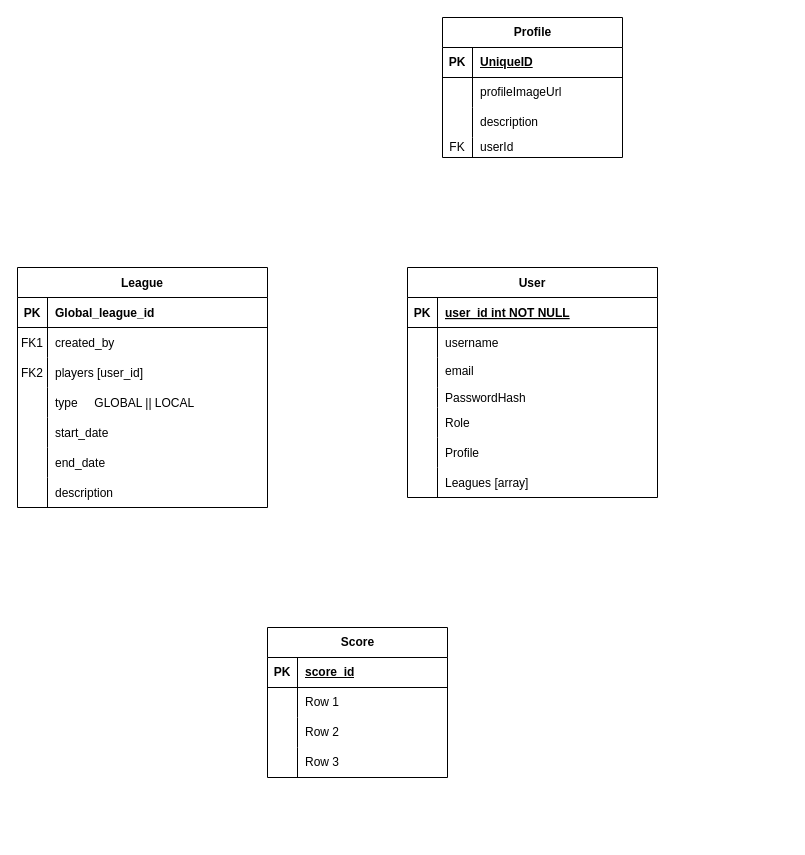
This is Untitled Diagram.drawio from OGester/duels-mvp, a draw.io file, before an edit. Source tidied: cells renumbered, new cells numbered last; positions are measured from the earlier drawing's top-left corner, leaving out a move shared by most shapes. Both pictures are drawn from the tidied source at 100%, with x=0, y=0 at pixel (17, 17).
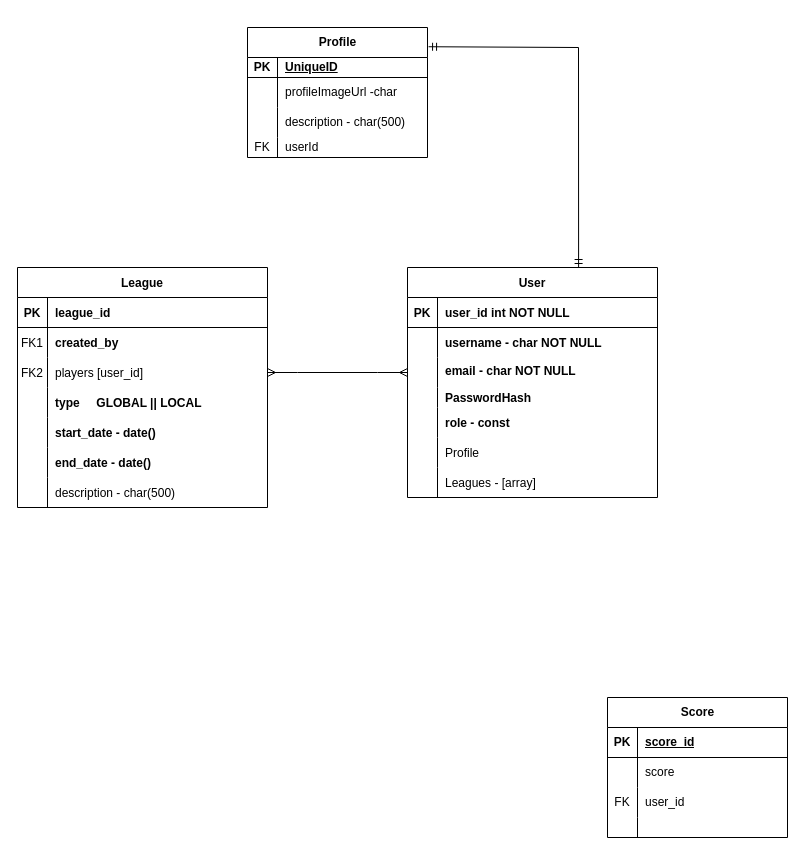
The same page after the edit.

Unchanged cells that the change refers to:
```xml
<mxCell id="3" style="shape=partialRectangle;fillColor=none;top=0;left=0;right=0;bottom=1;" parent="2" vertex="1">
  <mxGeometry y="30" width="250" height="30" as="geometry" />
</mxCell>
<mxCell id="6" style="shape=partialRectangle;fillColor=none;top=0;left=0;right=0;bottom=0;" parent="2" vertex="1">
  <mxGeometry y="60" width="250" height="30" as="geometry" />
</mxCell>
<mxCell id="9" style="shape=partialRectangle;fillColor=none;points=[[0,0.5],[1,0.5]];portConstraint=eastwest;top=0;left=0;right=0;bottom=0;" parent="2" vertex="1">
  <mxGeometry y="90" width="250" height="30" as="geometry" />
</mxCell>
<mxCell id="12" style="shape=tableRow;horizontal=0;startSize=0;swimlaneHead=0;swimlaneBody=0;fillColor=none;top=0;left=0;right=0;bottom=0;" parent="2" vertex="1">
  <mxGeometry y="120" width="250" height="30" as="geometry" />
</mxCell>
<mxCell id="15" style="shape=tableRow;horizontal=0;startSize=0;swimlaneHead=0;swimlaneBody=0;fillColor=none;top=0;left=0;right=0;bottom=0;" parent="2" vertex="1">
  <mxGeometry y="150" width="250" height="30" as="geometry" />
</mxCell>
<mxCell id="18" style="shape=tableRow;horizontal=0;startSize=0;swimlaneHead=0;swimlaneBody=0;fillColor=none;top=0;left=0;right=0;bottom=0;" parent="2" vertex="1">
  <mxGeometry y="180" width="250" height="30" as="geometry" />
</mxCell>
<mxCell id="21" style="shape=tableRow;horizontal=0;startSize=0;swimlaneHead=0;swimlaneBody=0;fillColor=none;top=0;left=0;right=0;bottom=0;" parent="2" vertex="1">
  <mxGeometry y="210" width="250" height="30" as="geometry" />
</mxCell>
<mxCell id="25" style="shape=partialRectangle;fillColor=none;top=0;left=0;right=0;bottom=1;" parent="24" vertex="1">
  <mxGeometry y="30" width="250" height="30" as="geometry" />
</mxCell>
<mxCell id="28" style="shape=partialRectangle;fillColor=none;top=0;left=0;right=0;bottom=0;" parent="24" vertex="1">
  <mxGeometry y="60" width="250" height="30" as="geometry" />
</mxCell>
<mxCell id="31" style="shape=tableRow;horizontal=0;startSize=0;swimlaneHead=0;swimlaneBody=0;fillColor=none;points=[[0,0.5],[1,0.5]];portConstraint=eastwest;top=0;left=0;right=0;bottom=0;" parent="24" vertex="1">
  <mxGeometry y="90" width="250" height="30" as="geometry" />
</mxCell>
<mxCell id="34" style="shape=tableRow;horizontal=0;startSize=0;swimlaneHead=0;swimlaneBody=0;fillColor=none;top=0;left=0;right=0;bottom=0;" parent="24" vertex="1">
  <mxGeometry y="120" width="250" height="20" as="geometry" />
</mxCell>
<mxCell id="37" style="shape=tableRow;horizontal=0;startSize=0;swimlaneHead=0;swimlaneBody=0;fillColor=none;top=0;left=0;right=0;bottom=0;" parent="24" vertex="1">
  <mxGeometry y="140" width="250" height="30" as="geometry" />
</mxCell>
<mxCell id="43" style="shape=tableRow;horizontal=0;startSize=0;swimlaneHead=0;swimlaneBody=0;fillColor=none;top=0;left=0;right=0;bottom=0;" parent="24" vertex="1">
  <mxGeometry y="200" width="250" height="30" as="geometry" />
</mxCell>
<mxCell id="50" style="shape=tableRow;horizontal=0;startSize=0;swimlaneHead=0;swimlaneBody=0;fillColor=none;top=0;left=0;right=0;bottom=0;" parent="46" vertex="1">
  <mxGeometry y="60" width="180" height="30" as="geometry" />
</mxCell>
<mxCell id="53" style="shape=tableRow;horizontal=0;startSize=0;swimlaneHead=0;swimlaneBody=0;fillColor=none;top=0;left=0;right=0;bottom=0;" parent="46" vertex="1">
  <mxGeometry y="90" width="180" height="30" as="geometry" />
</mxCell>
```

What changed in the source:
```diff
@@
-    <mxCell id="5" value="Global_league_id" style="shape=partialRectangle;overflow=hidden;fillColor=none;top=0;left=0;bottom=0;right=0;align=left;spacingLeft=6;fontStyle=1;" parent="3" vertex="1">
+    <mxCell id="5" value="league_id" style="shape=partialRectangle;overflow=hidden;fillColor=none;top=0;left=0;bottom=0;right=0;align=left;spacingLeft=6;fontStyle=1;" parent="3" vertex="1">
       <mxGeometry x="30" width="220" height="30" as="geometry" />
     </mxCell>
@@
-    <mxCell id="8" value="created_by" style="shape=partialRectangle;overflow=hidden;fillColor=none;top=0;left=0;bottom=0;right=0;align=left;spacingLeft=6;" parent="6" vertex="1">
+    <mxCell id="8" value="created_by" style="shape=partialRectangle;overflow=hidden;fillColor=none;top=0;left=0;bottom=0;right=0;align=left;spacingLeft=6;fontStyle=1;" parent="6" vertex="1">
       <mxGeometry x="30" width="220" height="30" as="geometry" />
     </mxCell>
@@
-    <mxCell id="14" value="type     GLOBAL || LOCAL" style="shape=partialRectangle;fillColor=none;top=0;left=0;bottom=0;right=0;align=left;spacingLeft=6;overflow=hidden;" parent="12" vertex="1">
+    <mxCell id="14" value="type     GLOBAL || LOCAL" style="shape=partialRectangle;fillColor=none;top=0;left=0;bottom=0;right=0;align=left;spacingLeft=6;overflow=hidden;fontStyle=1;" parent="12" vertex="1">
       <mxGeometry x="30" width="220" height="30" as="geometry" />
     </mxCell>
@@
-    <mxCell id="17" value="start_date" style="shape=partialRectangle;fillColor=none;top=0;left=0;bottom=0;right=0;align=left;spacingLeft=6;overflow=hidden;" parent="15" vertex="1">
+    <mxCell id="17" value="start_date - date() " style="shape=partialRectangle;fillColor=none;top=0;left=0;bottom=0;right=0;align=left;spacingLeft=6;overflow=hidden;fontStyle=1;" parent="15" vertex="1">
       <mxGeometry x="30" width="220" height="30" as="geometry" />
     </mxCell>
@@
-    <mxCell id="20" value="end_date" style="shape=partialRectangle;fillColor=none;top=0;left=0;bottom=0;right=0;align=left;spacingLeft=6;overflow=hidden;" parent="18" vertex="1">
+    <mxCell id="20" value="end_date - date()" style="shape=partialRectangle;fillColor=none;top=0;left=0;bottom=0;right=0;align=left;spacingLeft=6;overflow=hidden;fontStyle=1;" parent="18" vertex="1">
       <mxGeometry x="30" width="220" height="30" as="geometry" />
     </mxCell>
@@
-    <mxCell id="23" value="description" style="shape=partialRectangle;fillColor=none;top=0;left=0;bottom=0;right=0;align=left;spacingLeft=6;overflow=hidden;" parent="21" vertex="1">
+    <mxCell id="23" value="description - char(500)" style="shape=partialRectangle;fillColor=none;top=0;left=0;bottom=0;right=0;align=left;spacingLeft=6;overflow=hidden;" parent="21" vertex="1">
       <mxGeometry x="30" width="220" height="30" as="geometry" />
     </mxCell>
@@
-    <mxCell id="27" value="user_id int NOT NULL " style="shape=partialRectangle;overflow=hidden;fillColor=none;top=0;left=0;bottom=0;right=0;align=left;spacingLeft=6;fontStyle=5;" parent="25" vertex="1">
+    <mxCell id="27" value="user_id int NOT NULL " style="shape=partialRectangle;overflow=hidden;fillColor=none;top=0;left=0;bottom=0;right=0;align=left;spacingLeft=6;fontStyle=1;" parent="25" vertex="1">
       <mxGeometry x="30" width="220" height="30" as="geometry" />
     </mxCell>
@@
-    <mxCell id="30" value="username" style="shape=partialRectangle;overflow=hidden;fillColor=none;top=0;left=0;bottom=0;right=0;align=left;spacingLeft=6;" parent="28" vertex="1">
+    <mxCell id="30" value="username - char NOT NULL" style="shape=partialRectangle;overflow=hidden;fillColor=none;top=0;left=0;bottom=0;right=0;align=left;spacingLeft=6;fontStyle=1;" parent="28" vertex="1">
       <mxGeometry x="30" width="220" height="30" as="geometry" />
     </mxCell>
@@
-    <mxCell id="33" value="email" style="shape=partialRectangle;fillColor=none;top=0;left=0;bottom=0;right=0;align=left;spacingLeft=6;overflow=hidden;verticalAlign=top;" parent="31" vertex="1">
+    <mxCell id="33" value="email - char NOT NULL" style="shape=partialRectangle;fillColor=none;top=0;left=0;bottom=0;right=0;align=left;spacingLeft=6;overflow=hidden;verticalAlign=top;fontStyle=1;" parent="31" vertex="1">
       <mxGeometry x="30" width="220" height="30" as="geometry" />
     </mxCell>
@@
-    <mxCell id="36" value="PasswordHash" style="shape=partialRectangle;fillColor=none;top=0;left=0;bottom=0;right=0;align=left;spacingLeft=6;overflow=hidden;" parent="34" vertex="1">
+    <mxCell id="36" value="PasswordHash" style="shape=partialRectangle;fillColor=none;top=0;left=0;bottom=0;right=0;align=left;spacingLeft=6;overflow=hidden;fontStyle=1;" parent="34" vertex="1">
       <mxGeometry x="30" width="220" height="20" as="geometry" />
     </mxCell>
@@
-    <mxCell id="39" value="Role" style="shape=partialRectangle;fillColor=none;top=0;left=0;bottom=0;right=0;align=left;spacingLeft=6;overflow=hidden;" parent="37" vertex="1">
+    <mxCell id="39" value="role - const " style="shape=partialRectangle;fillColor=none;top=0;left=0;bottom=0;right=0;align=left;spacingLeft=6;overflow=hidden;fontStyle=1;" parent="37" vertex="1">
       <mxGeometry x="30" width="220" height="30" as="geometry" />
     </mxCell>
@@
-    <mxCell id="45" value="Leagues [array]" style="shape=partialRectangle;fillColor=none;top=0;left=0;bottom=0;right=0;align=left;spacingLeft=6;overflow=hidden;" parent="43" vertex="1">
+    <mxCell id="45" value="Leagues - [array]" style="shape=partialRectangle;fillColor=none;top=0;left=0;bottom=0;right=0;align=left;spacingLeft=6;overflow=hidden;" parent="43" vertex="1">
       <mxGeometry x="30" width="220" height="30" as="geometry" />
     </mxCell>
     <mxCell id="46" value="Score" style="shape=table;startSize=30;childLayout=tableLayout;rowLines=0;fontStyle=1;align=center;html=1;" parent="1" vertex="1">
-      <mxGeometry x="250" y="610" width="180" height="150" as="geometry" />
+      <mxGeometry x="590" y="680" width="180" height="140" as="geometry" />
     </mxCell>
@@
-    <mxCell id="52" value="Row 1" style="shape=partialRectangle;fillColor=none;top=0;left=0;bottom=0;right=0;align=left;spacingLeft=6;overflow=hidden;whiteSpace=wrap;html=1;" parent="50" vertex="1">
+    <mxCell id="52" value="score" style="shape=partialRectangle;fillColor=none;top=0;left=0;bottom=0;right=0;align=left;spacingLeft=6;overflow=hidden;whiteSpace=wrap;html=1;" parent="50" vertex="1">
       <mxGeometry x="30" width="150" height="30" as="geometry" />
     </mxCell>
@@
-    <mxCell id="54" style="shape=partialRectangle;fillColor=none;top=0;left=0;bottom=0;right=0;overflow=hidden;whiteSpace=wrap;html=1;" parent="53" vertex="1">
+    <mxCell id="54" value="FK" style="shape=partialRectangle;fillColor=none;top=0;left=0;bottom=0;right=0;overflow=hidden;whiteSpace=wrap;html=1;" parent="53" vertex="1">
       <mxGeometry width="30" height="30" as="geometry" />
     </mxCell>
-    <mxCell id="55" value="Row 2" style="shape=partialRectangle;fillColor=none;top=0;left=0;bottom=0;right=0;align=left;spacingLeft=6;overflow=hidden;whiteSpace=wrap;html=1;" parent="53" vertex="1">
+    <mxCell id="55" value="user_id" style="shape=partialRectangle;fillColor=none;top=0;left=0;bottom=0;right=0;align=left;spacingLeft=6;overflow=hidden;whiteSpace=wrap;html=1;" parent="53" vertex="1">
       <mxGeometry x="30" width="150" height="30" as="geometry" />
     </mxCell>
     <mxCell id="56" style="shape=tableRow;horizontal=0;startSize=0;swimlaneHead=0;swimlaneBody=0;fillColor=none;top=0;left=0;right=0;bottom=0;" parent="46" vertex="1">
-      <mxGeometry y="120" width="180" height="30" as="geometry" />
+      <mxGeometry y="120" width="180" height="20" as="geometry" />
     </mxCell>
     <mxCell id="57" style="shape=partialRectangle;fillColor=none;top=0;left=0;bottom=0;right=0;overflow=hidden;whiteSpace=wrap;html=1;" parent="56" vertex="1">
-      <mxGeometry width="30" height="30" as="geometry" />
+      <mxGeometry width="30" height="20" as="geometry" />
     </mxCell>
-    <mxCell id="58" value="Row 3" style="shape=partialRectangle;fillColor=none;top=0;left=0;bottom=0;right=0;align=left;spacingLeft=6;overflow=hidden;whiteSpace=wrap;html=1;" parent="56" vertex="1">
-      <mxGeometry x="30" width="150" height="30" as="geometry" />
+    <mxCell id="58" style="shape=partialRectangle;fillColor=none;top=0;left=0;bottom=0;right=0;align=left;spacingLeft=6;overflow=hidden;whiteSpace=wrap;html=1;" parent="56" vertex="1">
+      <mxGeometry x="30" width="150" height="20" as="geometry" />
     </mxCell>
     <mxCell id="59" value="Profile" style="shape=table;startSize=30;childLayout=tableLayout;rowLines=0;fontStyle=1;align=center;html=1;" parent="1" vertex="1">
-      <mxGeometry x="425" width="180" height="140" as="geometry" />
+      <mxGeometry x="230" y="10" width="180" height="130" as="geometry" />
     </mxCell>
     <mxCell id="60" style="shape=tableRow;horizontal=0;startSize=0;swimlaneHead=0;swimlaneBody=0;fillColor=none;top=0;left=0;right=0;bottom=1;" parent="59" vertex="1">
-      <mxGeometry y="30" width="180" height="30" as="geometry" />
+      <mxGeometry y="30" width="180" height="20" as="geometry" />
     </mxCell>
     <mxCell id="61" value="PK" style="shape=partialRectangle;fillColor=none;top=0;left=0;bottom=0;right=0;fontStyle=1;overflow=hidden;whiteSpace=wrap;html=1;" parent="60" vertex="1">
-      <mxGeometry width="30" height="30" as="geometry" />
+      <mxGeometry width="30" height="20" as="geometry" />
     </mxCell>
     <mxCell id="62" value="UniqueID" style="shape=partialRectangle;fillColor=none;top=0;left=0;bottom=0;right=0;align=left;spacingLeft=6;fontStyle=5;overflow=hidden;whiteSpace=wrap;html=1;" parent="60" vertex="1">
-      <mxGeometry x="30" width="150" height="30" as="geometry" />
+      <mxGeometry x="30" width="150" height="20" as="geometry" />
     </mxCell>
     <mxCell id="63" style="shape=tableRow;horizontal=0;startSize=0;swimlaneHead=0;swimlaneBody=0;fillColor=none;top=0;left=0;right=0;bottom=0;" parent="59" vertex="1">
-      <mxGeometry y="60" width="180" height="30" as="geometry" />
+      <mxGeometry y="50" width="180" height="30" as="geometry" />
     </mxCell>
@@
-    <mxCell id="65" value="profileImageUrl" style="shape=partialRectangle;fillColor=none;top=0;left=0;bottom=0;right=0;align=left;spacingLeft=6;overflow=hidden;whiteSpace=wrap;html=1;" parent="63" vertex="1">
+    <mxCell id="65" value="profileImageUrl -char" style="shape=partialRectangle;fillColor=none;top=0;left=0;bottom=0;right=0;align=left;spacingLeft=6;overflow=hidden;whiteSpace=wrap;html=1;" parent="63" vertex="1">
       <mxGeometry x="30" width="150" height="30" as="geometry" />
     </mxCell>
     <mxCell id="66" style="shape=tableRow;horizontal=0;startSize=0;swimlaneHead=0;swimlaneBody=0;fillColor=none;top=0;left=0;right=0;bottom=0;" parent="59" vertex="1">
-      <mxGeometry y="90" width="180" height="30" as="geometry" />
+      <mxGeometry y="80" width="180" height="30" as="geometry" />
     </mxCell>
@@
-    <mxCell id="68" value="description" style="shape=partialRectangle;fillColor=none;top=0;left=0;bottom=0;right=0;align=left;spacingLeft=6;overflow=hidden;whiteSpace=wrap;html=1;" parent="66" vertex="1">
+    <mxCell id="68" value="description - char(500)" style="shape=partialRectangle;fillColor=none;top=0;left=0;bottom=0;right=0;align=left;spacingLeft=6;overflow=hidden;whiteSpace=wrap;html=1;" parent="66" vertex="1">
       <mxGeometry x="30" width="150" height="30" as="geometry" />
     </mxCell>
     <mxCell id="69" style="shape=tableRow;horizontal=0;startSize=0;swimlaneHead=0;swimlaneBody=0;fillColor=none;top=0;left=0;right=0;bottom=0;" parent="59" vertex="1">
-      <mxGeometry y="120" width="180" height="20" as="geometry" />
+      <mxGeometry y="110" width="180" height="20" as="geometry" />
     </mxCell>
@@
+    <mxCell id="72" style="edgeStyle=entityRelationEdgeStyle;fontSize=12;html=1;endArrow=ERmany;startArrow=ERmany;rounded=0;exitX=1;exitY=0.5;exitDx=0;exitDy=0;entryX=0;entryY=0.5;entryDx=0;entryDy=0;" parent="1" edge="1" source="9" target="31">
+      <mxGeometry relative="1" as="geometry" />
+    </mxCell>
+    <mxCell id="73" style="fontSize=12;html=1;endArrow=ERmandOne;startArrow=ERmandOne;rounded=0;exitX=0.606;exitY=-0.003;exitDx=0;exitDy=0;exitPerimeter=0;entryX=1.006;entryY=0.148;entryDx=0;entryDy=0;entryPerimeter=0;" parent="1" edge="1" target="59">
+      <mxGeometry relative="1" as="geometry">
+        <mxPoint x="561.1" y="250" as="sourcePoint" />
+        <Array as="points">
+          <mxPoint x="561" y="30" />
+        </Array>
+      </mxGeometry>
+    </mxCell>
```
